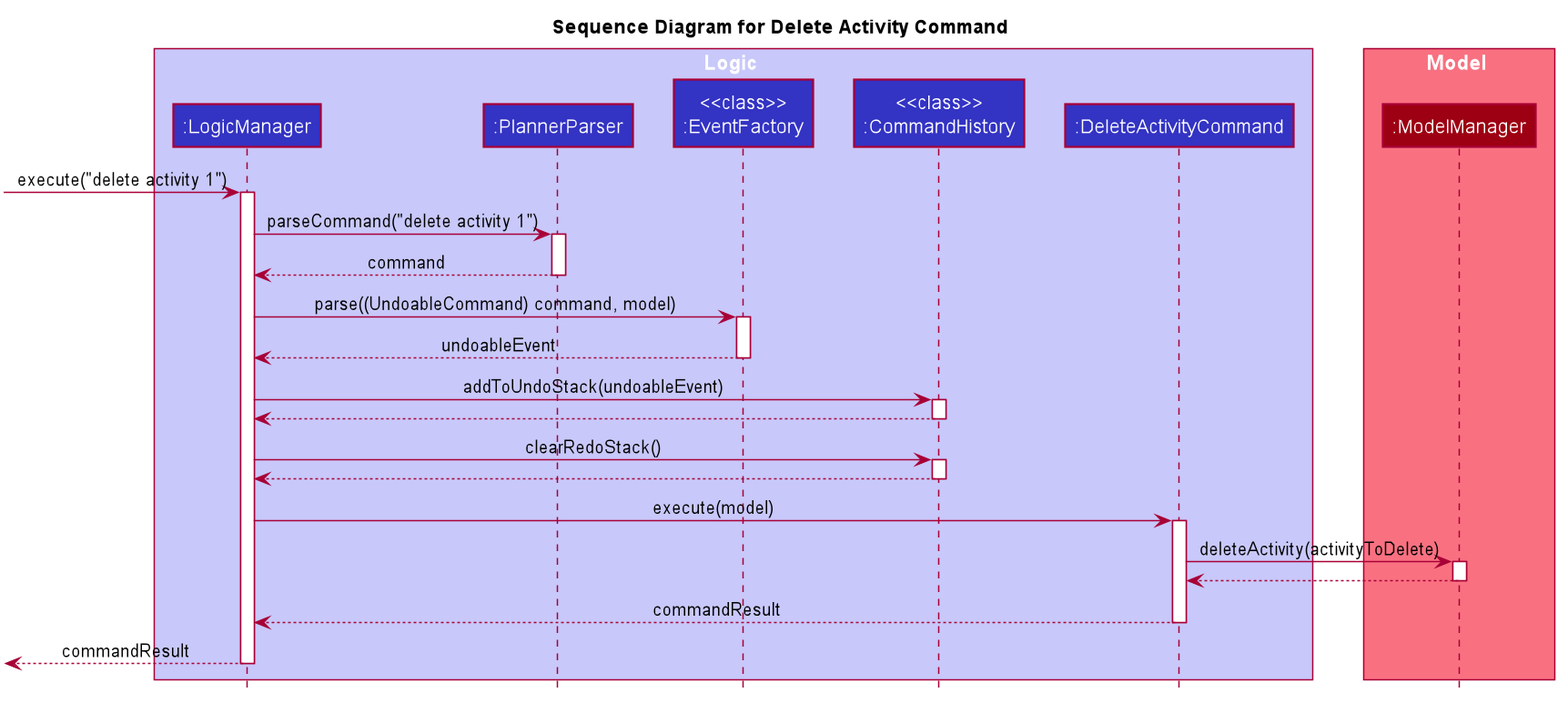
The PlantUML diagram docs/images/DeleteActivitySequenceDiagram.png in nus-cs2103-AY1920S1/addressbook-level3, before a commit. The source it was exported from:
```plantuml
@startuml








skinparam BackgroundColor #FFFFFFF

skinparam Shadowing false

skinparam Class {
    FontColor #FFFFFF
    BorderThickness 1
    BorderColor #FFFFFF
    StereotypeFontColor #FFFFFF
    FontName Arial
}

skinparam Actor {
    BorderColor #000000
    Color #000000
    FontName Arial
}

skinparam Sequence {
    MessageAlign center
    BoxFontSize 15
    BoxPadding 0
    BoxFontColor #FFFFFF
    FontName Arial
}

skinparam Participant {
    FontColor #FFFFFFF
    Padding 20
}

skinparam MinClassWidth 50
skinparam ParticipantPadding 10
skinparam Shadowing false
skinparam DefaultTextAlignment center
skinparam packageStyle Rectangle

hide footbox
hide members
hide circle
title Sequence Diagram for Delete Activity Command

box Logic #C8C8FA
participant ":LogicManager" as LogicManager #3333C4
participant ":PlannerParser" as PlannerParser #3333C4
participant "<<class>>\n:EventFactory" as EventFactory #3333C4
participant "<<class>>\n:CommandHistory" as CommandHistory #3333C4
participant ":DeleteActivityCommand" as DeleteActivityCommand #3333C4
end box

box Model #F97181
participant ":ModelManager" as ModelManager #9D0012
end box

[-> LogicManager : execute("delete activity 1")
activate LogicManager

LogicManager -> PlannerParser : parseCommand("delete activity 1")
activate PlannerParser

PlannerParser --> LogicManager : command
deactivate PlannerParser

LogicManager -> EventFactory : parse((UndoableCommand) command, model)
activate EventFactory

EventFactory --> LogicManager : undoableEvent
deactivate EventFactory

LogicManager -> CommandHistory : addToUndoStack(undoableEvent)
activate CommandHistory
CommandHistory --> LogicManager
deactivate CommandHistory

LogicManager -> CommandHistory : clearRedoStack()
activate CommandHistory
CommandHistory --> LogicManager
deactivate CommandHistory

LogicManager -> DeleteActivityCommand : execute(model)
activate DeleteActivityCommand

DeleteActivityCommand -> ModelManager : deleteActivity(activityToDelete)
activate ModelManager
ModelManager --> DeleteActivityCommand
deactivate ModelManager

DeleteActivityCommand --> LogicManager : commandResult
deactivate DeleteActivityCommand

[<--LogicManager : commandResult
deactivate LogicManager
@enduml
```
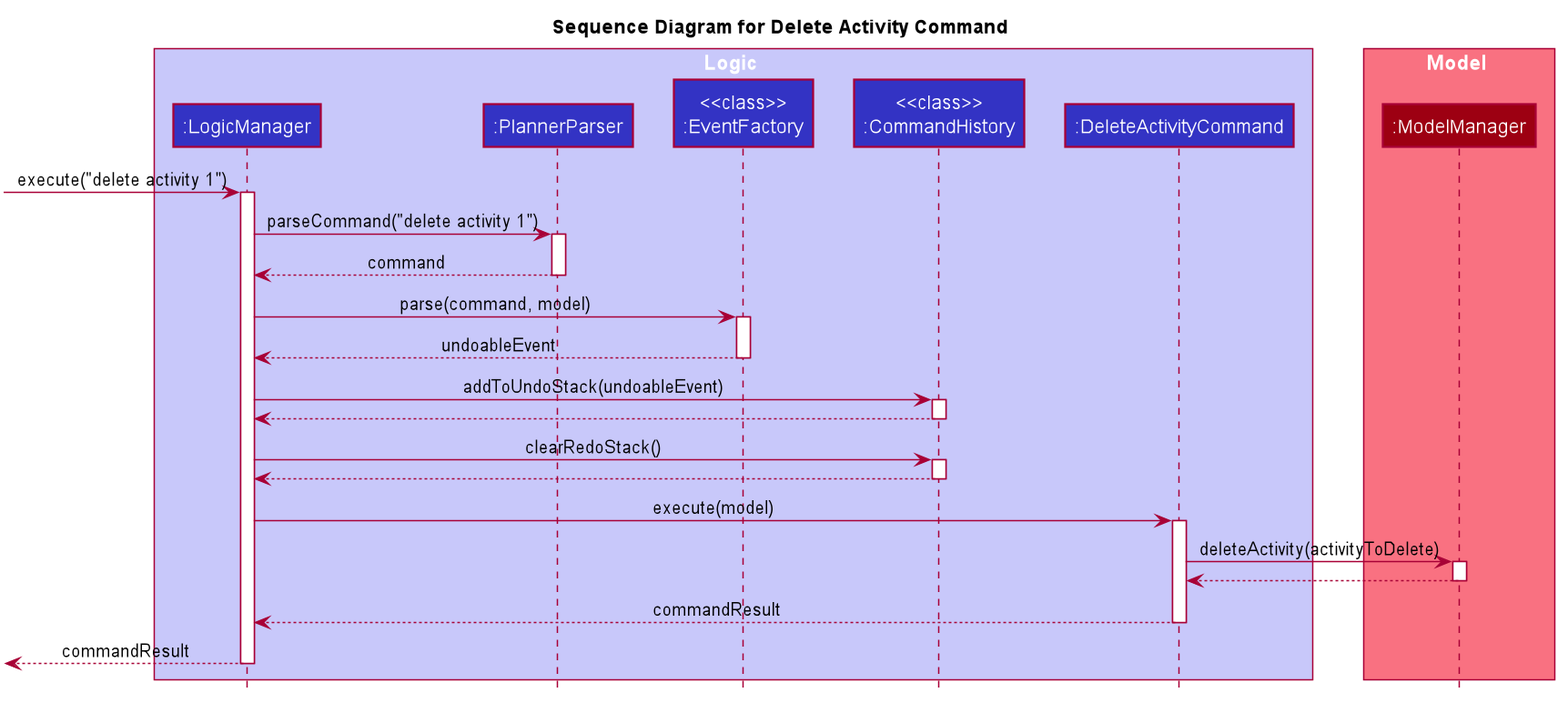
Later version of the same file.

Change to the diagram source:
```diff
@@ -70,7 +70,7 @@
 PlannerParser --> LogicManager : command
 deactivate PlannerParser
 
-LogicManager -> EventFactory : parse((UndoableCommand) command, model)
+LogicManager -> EventFactory : parse(command, model)
 activate EventFactory
 
 EventFactory --> LogicManager : undoableEvent
```
